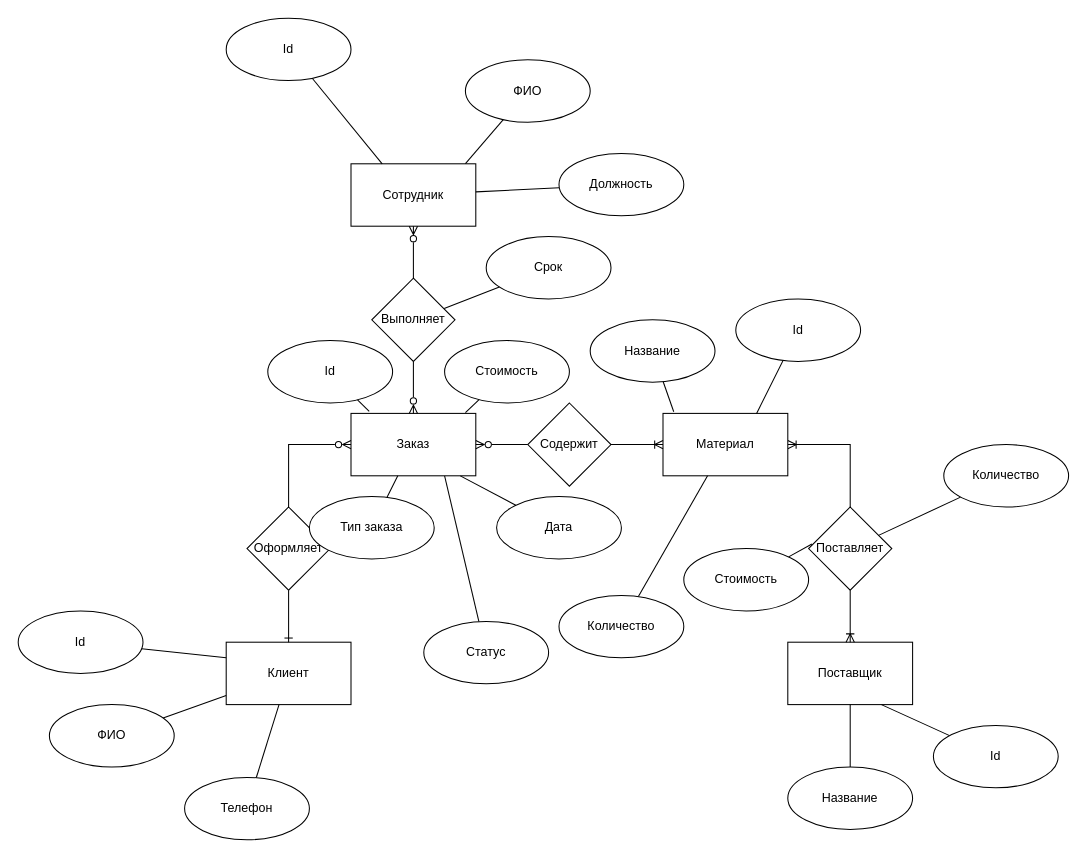
The draw.io diagram Chen-Notation.drawio in Denka88/Practice, before the edit. Source tidied: cells renumbered, new cells numbered last; positions are measured from the earlier drawing's top-left corner, leaving out a move shared by most shapes. Both pictures are drawn from the tidied source at 104%, with x=0, y=0 at pixel (18, 18).
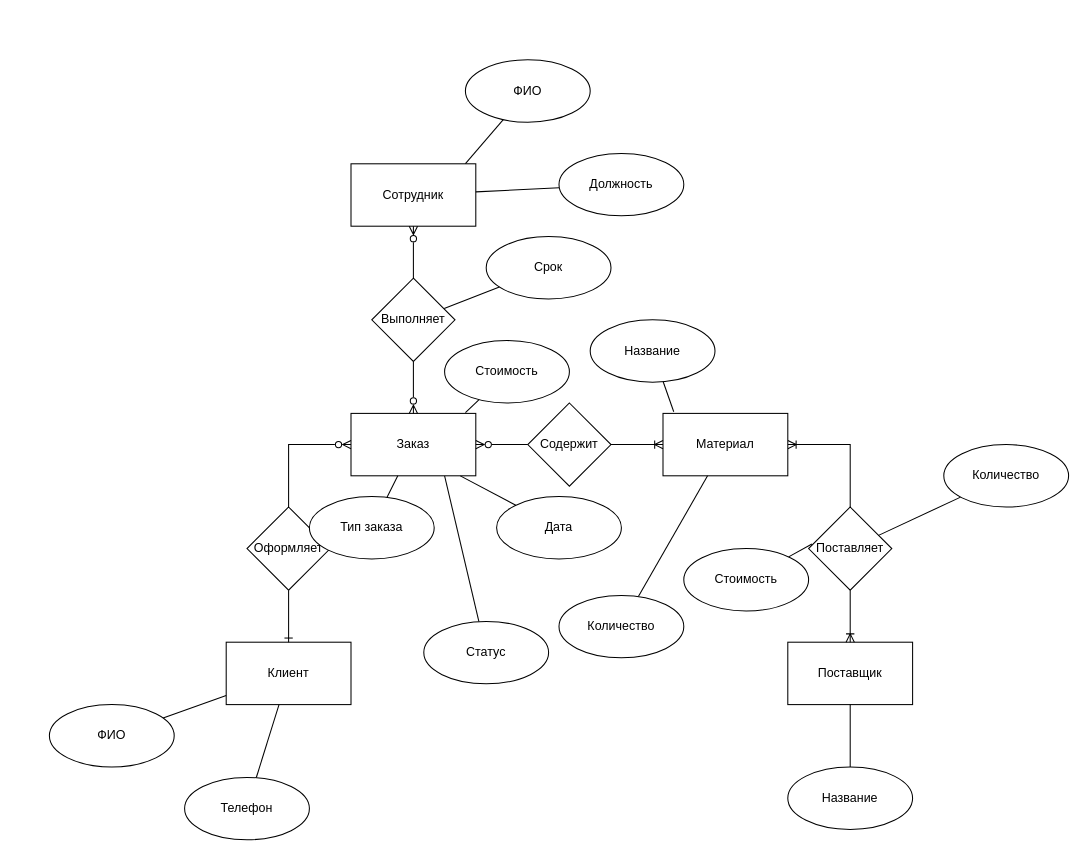
Above is the later version.

Unchanged cells that the change refers to:
```xml
<mxCell id="2" value="Клиент" style="rounded=0;whiteSpace=wrap;html=1;" parent="1" vertex="1">
  <mxGeometry x="200" y="600" width="120" height="60" as="geometry" />
</mxCell>
<mxCell id="3" value="Заказ" style="rounded=0;whiteSpace=wrap;html=1;" parent="1" vertex="1">
  <mxGeometry x="320" y="380" width="120" height="60" as="geometry" />
</mxCell>
<mxCell id="4" value="Сотрудник" style="rounded=0;whiteSpace=wrap;html=1;" parent="1" vertex="1">
  <mxGeometry x="320" y="140" width="120" height="60" as="geometry" />
</mxCell>
<mxCell id="5" value="Поставщик" style="rounded=0;whiteSpace=wrap;html=1;" parent="1" vertex="1">
  <mxGeometry x="740" y="600" width="120" height="60" as="geometry" />
</mxCell>
<mxCell id="15" value="Материал" style="rounded=0;whiteSpace=wrap;html=1;" parent="1" vertex="1">
  <mxGeometry x="620" y="380" width="120" height="60" as="geometry" />
</mxCell>
```

Diff of the diagram source:
```diff
@@
-    <mxCell id="19" style="rounded=0;jettySize=auto;html=1;entryX=0;entryY=0.25;entryDx=0;entryDy=0;endArrow=none;endFill=0;" parent="1" edge="1" source="20" target="2">
-      <mxGeometry relative="1" as="geometry" />
-    </mxCell>
-    <mxCell id="20" value="Id" style="ellipse;whiteSpace=wrap;html=1;" parent="1" vertex="1">
-      <mxGeometry y="570" width="120" height="60" as="geometry" />
-    </mxCell>
@@
-    <mxCell id="25" value="Id" style="ellipse;whiteSpace=wrap;html=1;" parent="1" vertex="1">
-      <mxGeometry x="240" y="310" width="120" height="60" as="geometry" />
-    </mxCell>
-    <mxCell id="26" style="rounded=0;jettySize=auto;html=1;entryX=0.146;entryY=-0.033;entryDx=0;entryDy=0;entryPerimeter=0;endArrow=none;endFill=0;" parent="1" edge="1" source="25" target="3">
-      <mxGeometry relative="1" as="geometry" />
-    </mxCell>
@@
-    <mxCell id="33" style="rounded=0;jettySize=auto;html=1;entryX=0.25;entryY=0;entryDx=0;entryDy=0;endArrow=none;endFill=0;" parent="1" edge="1" source="34" target="4">
-      <mxGeometry relative="1" as="geometry" />
-    </mxCell>
-    <mxCell id="34" value="Id" style="ellipse;whiteSpace=wrap;html=1;" parent="1" vertex="1">
-      <mxGeometry x="200" width="120" height="60" as="geometry" />
-    </mxCell>
@@
-    <mxCell id="41" style="rounded=0;jettySize=auto;html=1;entryX=0.75;entryY=0;entryDx=0;entryDy=0;endArrow=none;endFill=0;" parent="1" edge="1" source="42" target="15">
-      <mxGeometry relative="1" as="geometry" />
-    </mxCell>
-    <mxCell id="42" value="Id" style="ellipse;whiteSpace=wrap;html=1;" parent="1" vertex="1">
-      <mxGeometry x="690" y="270" width="120" height="60" as="geometry" />
-    </mxCell>
@@
-    <mxCell id="51" style="rounded=0;jettySize=auto;html=1;entryX=0.75;entryY=1;entryDx=0;entryDy=0;endArrow=none;endFill=0;" parent="1" edge="1" source="52" target="5">
-      <mxGeometry relative="1" as="geometry" />
-    </mxCell>
-    <mxCell id="52" value="Id" style="ellipse;whiteSpace=wrap;html=1;" parent="1" vertex="1">
-      <mxGeometry x="880" y="680" width="120" height="60" as="geometry" />
-    </mxCell>
```
